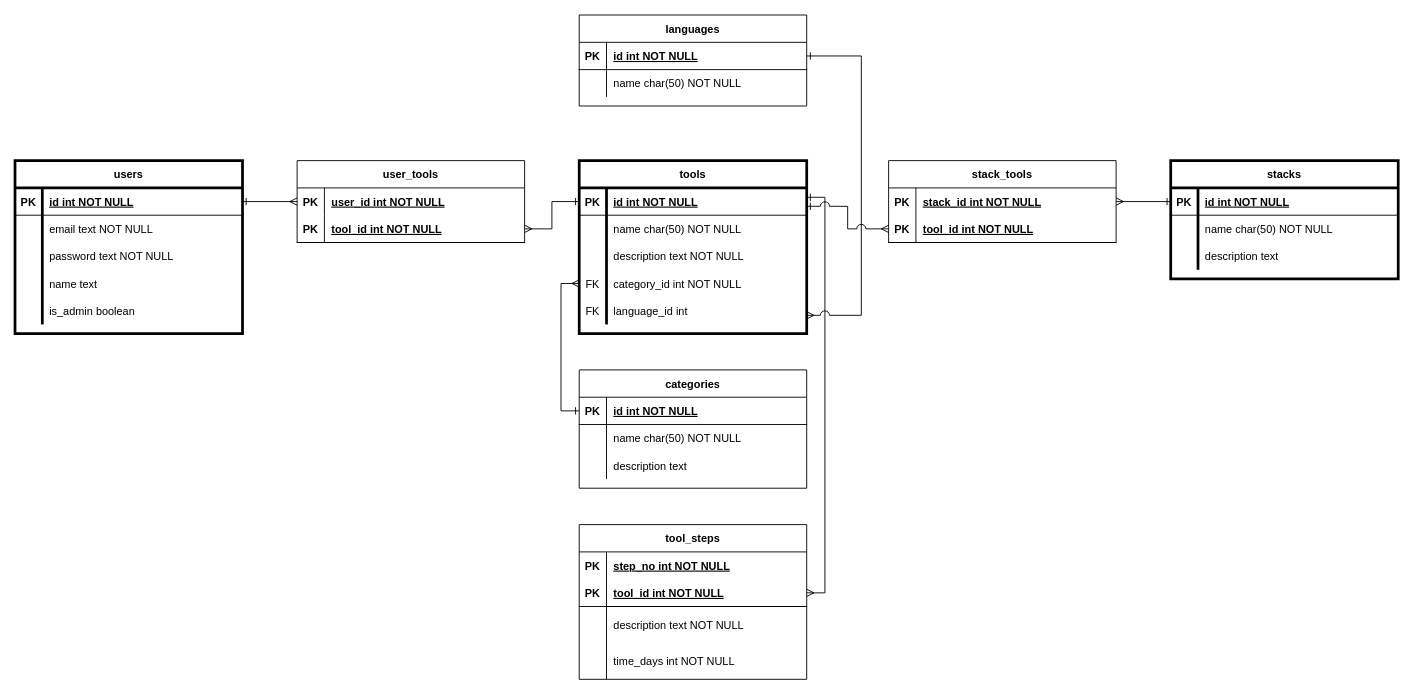
This is docs/ERD.drawio from MiloMT/WebDev-Pathway-Assistant, a draw.io file, before an edit. Source tidied: cells renumbered, new cells numbered last; positions are measured from the earlier drawing's top-left corner, leaving out a move shared by most shapes. Both pictures are drawn from the tidied source at 91%, with x=0, y=0 at pixel (15, 15).
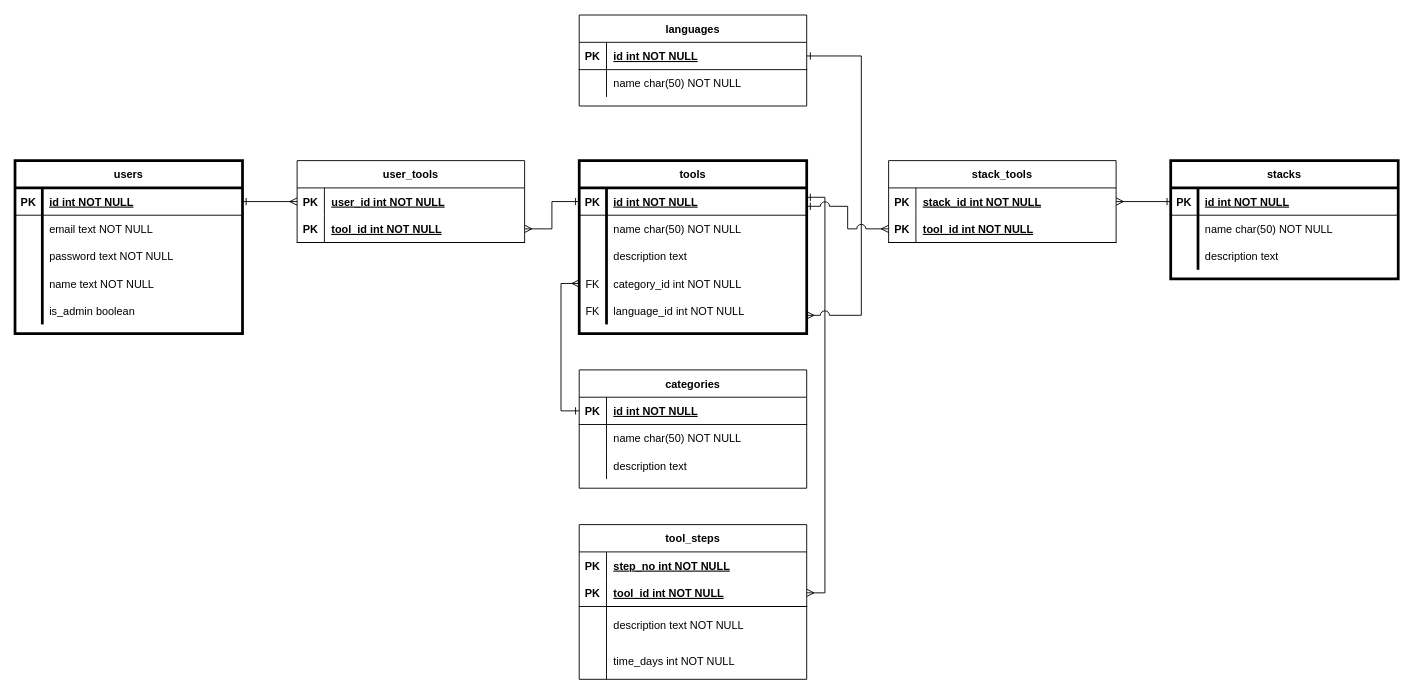
After the change.

The change refers to these unchanged cells:
```xml
<mxCell id="22" style="shape=partialRectangle;fillColor=none;top=0;left=0;right=0;bottom=0;" parent="12" vertex="1">
  <mxGeometry y="120" width="250" height="30" as="geometry" />
</mxCell>
<mxCell id="35" style="shape=partialRectangle;fillColor=none;top=0;left=0;right=0;bottom=0;" parent="28" vertex="1">
  <mxGeometry y="90" width="250" height="30" as="geometry" />
</mxCell>
<mxCell id="41" style="shape=partialRectangle;fillColor=none;top=0;left=0;right=0;bottom=0;" parent="28" vertex="1">
  <mxGeometry y="150" width="250" height="30" as="geometry" />
</mxCell>
```

Diff of the diagram source:
```diff
@@
-    <mxCell id="24" value="name text" style="shape=partialRectangle;overflow=hidden;fillColor=none;top=0;left=0;bottom=0;right=0;align=left;spacingLeft=6;" parent="22" vertex="1">
+    <mxCell id="24" value="name text NOT NULL" style="shape=partialRectangle;overflow=hidden;fillColor=none;top=0;left=0;bottom=0;right=0;align=left;spacingLeft=6;" parent="22" vertex="1">
       <mxGeometry x="30" width="220" height="30" as="geometry" />
     </mxCell>
@@
-    <mxCell id="37" value="description text NOT NULL" style="shape=partialRectangle;overflow=hidden;fillColor=none;top=0;left=0;bottom=0;right=0;align=left;spacingLeft=6;" parent="35" vertex="1">
+    <mxCell id="37" value="description text" style="shape=partialRectangle;overflow=hidden;fillColor=none;top=0;left=0;bottom=0;right=0;align=left;spacingLeft=6;" parent="35" vertex="1">
       <mxGeometry x="30" width="220" height="30" as="geometry" />
     </mxCell>
@@
-    <mxCell id="43" value="language_id int" style="shape=partialRectangle;overflow=hidden;fillColor=none;top=0;left=0;bottom=0;right=0;align=left;spacingLeft=6;" parent="41" vertex="1">
+    <mxCell id="43" value="language_id int NOT NULL" style="shape=partialRectangle;overflow=hidden;fillColor=none;top=0;left=0;bottom=0;right=0;align=left;spacingLeft=6;" parent="41" vertex="1">
       <mxGeometry x="30" width="220" height="30" as="geometry" />
     </mxCell>
```
